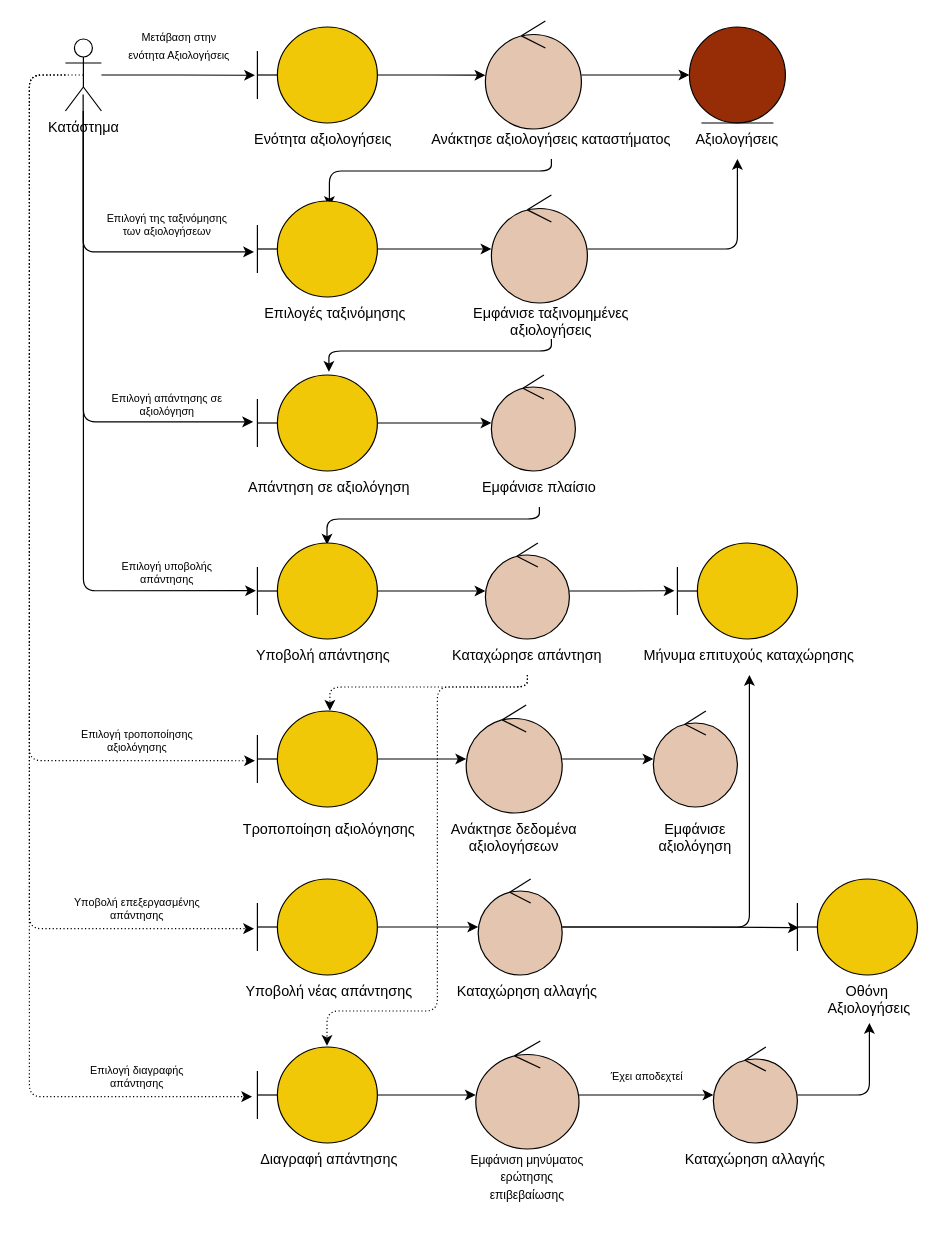
Earlier version of the draw.io diagram docs/contributions/Kout-ou/Phase 3/Shop Robustness Diagrams/Robustness drawio files/usecase4.drawio (iloudaros/nomnomr). Source tidied: cells renumbered, new cells numbered last; positions are measured from the earlier drawing's top-left corner, leaving out a move shared by most shapes. Both pictures are drawn from the tidied source at 120%, with x=0, y=0 at pixel (29, 20).
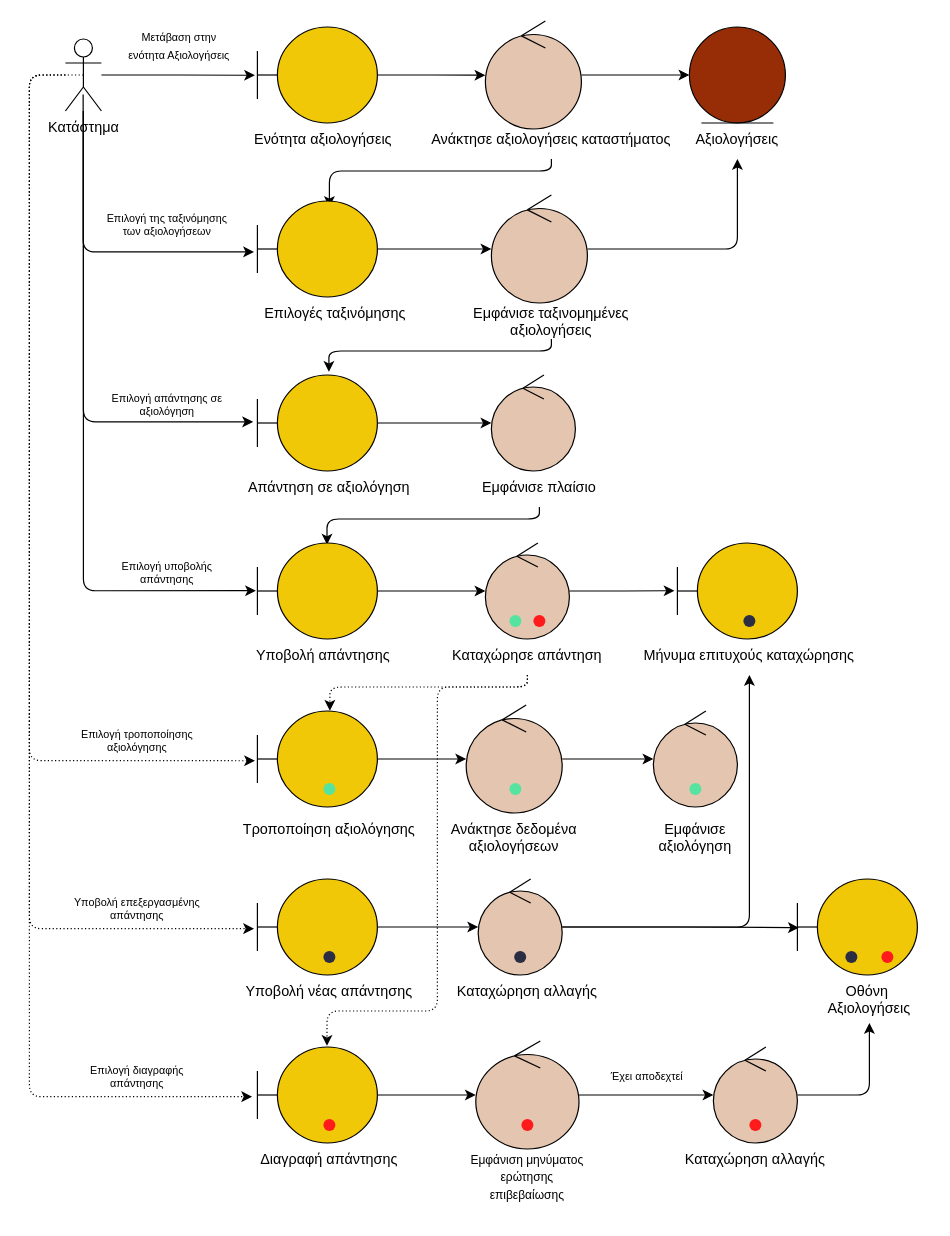
After the change.

Commit message:
Added Alt Dots to Diagram 4

What changed in the source:
```diff
@@
+    <mxCell id="76" style="shape=ellipse;fillColor=#56E39F;strokeColor=none;html=1;sketch=0;" parent="1" vertex="1">
+      <mxGeometry x="400" y="495" width="10" height="10" as="geometry" />
+    </mxCell>
+    <mxCell id="77" style="shape=ellipse;fillColor=#56E39F;strokeColor=none;html=1;sketch=0;" parent="1" vertex="1">
+      <mxGeometry x="245" y="635" width="10" height="10" as="geometry" />
+    </mxCell>
+    <mxCell id="78" style="shape=ellipse;fillColor=#56E39F;strokeColor=none;html=1;sketch=0;" parent="1" vertex="1">
+      <mxGeometry x="400" y="635" width="10" height="10" as="geometry" />
+    </mxCell>
+    <mxCell id="79" style="shape=ellipse;fillColor=#56E39F;strokeColor=none;html=1;sketch=0;" parent="1" vertex="1">
+      <mxGeometry x="550" y="635" width="10" height="10" as="geometry" />
+    </mxCell>
+    <mxCell id="80" style="shape=ellipse;fillColor=#FF1B1B;strokeColor=none;html=1;sketch=0;" parent="1" vertex="1">
+      <mxGeometry x="420" y="495" width="10" height="10" as="geometry" />
+    </mxCell>
+    <mxCell id="81" style="shape=ellipse;fillColor=#FF1B1B;strokeColor=none;html=1;sketch=0;" parent="1" vertex="1">
+      <mxGeometry x="245" y="915" width="10" height="10" as="geometry" />
+    </mxCell>
+    <mxCell id="82" style="shape=ellipse;fillColor=#FF1B1B;strokeColor=none;html=1;sketch=0;" parent="1" vertex="1">
+      <mxGeometry x="410" y="915" width="10" height="10" as="geometry" />
+    </mxCell>
+    <mxCell id="83" style="shape=ellipse;fillColor=#FF1B1B;strokeColor=none;html=1;sketch=0;" parent="1" vertex="1">
+      <mxGeometry x="600" y="915" width="10" height="10" as="geometry" />
+    </mxCell>
+    <mxCell id="84" style="shape=ellipse;fillColor=#FF1B1B;strokeColor=none;html=1;sketch=0;" parent="1" vertex="1">
+      <mxGeometry x="710" y="775" width="10" height="10" as="geometry" />
+    </mxCell>
+    <mxCell id="85" style="shape=ellipse;fillColor=#2B2D42;strokeColor=none;html=1;sketch=0;" parent="1" vertex="1">
+      <mxGeometry x="245" y="775" width="10" height="10" as="geometry" />
+    </mxCell>
+    <mxCell id="86" style="shape=ellipse;fillColor=#2B2D42;strokeColor=none;html=1;sketch=0;" parent="1" vertex="1">
+      <mxGeometry x="404" y="775" width="10" height="10" as="geometry" />
+    </mxCell>
+    <mxCell id="87" style="shape=ellipse;fillColor=#2B2D42;strokeColor=none;html=1;sketch=0;" parent="1" vertex="1">
+      <mxGeometry x="595" y="495" width="10" height="10" as="geometry" />
+    </mxCell>
+    <mxCell id="88" style="shape=ellipse;fillColor=#2B2D42;strokeColor=none;html=1;sketch=0;" parent="1" vertex="1">
+      <mxGeometry x="680" y="775" width="10" height="10" as="geometry" />
+    </mxCell>
```
